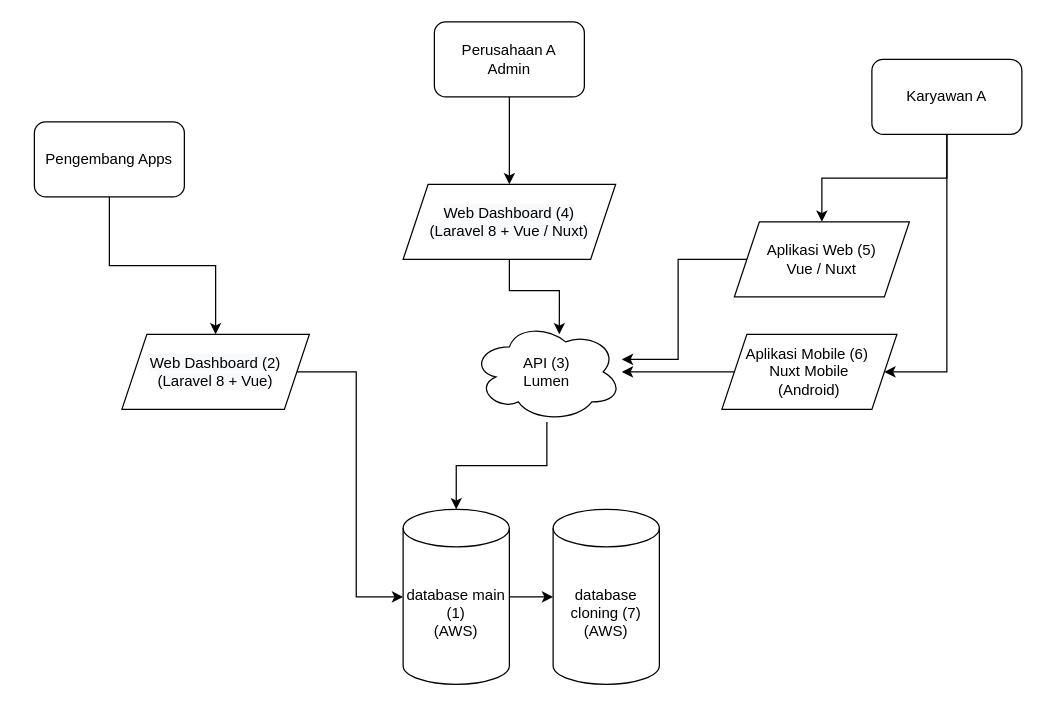
taufik22/LARAVEL-AIRPUTIH keeps this draw.io diagram as page "Page-2" (2 of 3) of Transaksi Aplikasi Diagram.drawio. Above is the earlier version. Source tidied: cells renumbered, new cells numbered last; positions are measured from the earlier drawing's top-left corner, leaving out a move shared by most shapes. Both pictures are drawn from the tidied source at 125%, with x=0, y=0 at pixel (34, 21).
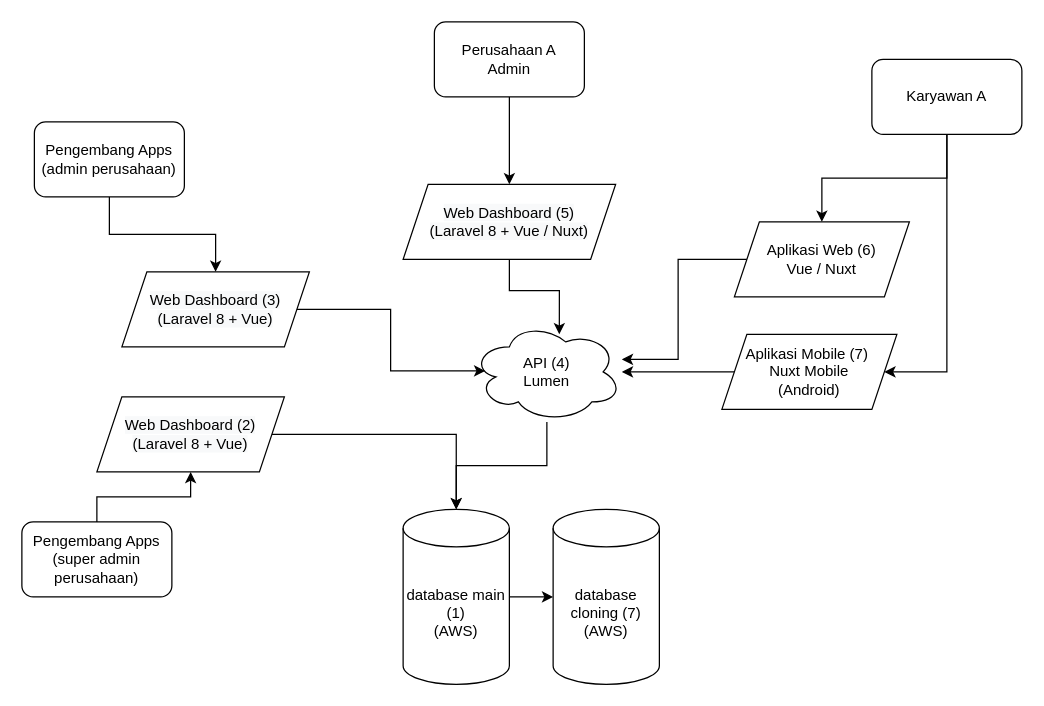
The same diagram, later.

Unchanged cells that the change refers to:
```xml
<mxCell id="8" value="database main (1)&lt;br&gt;(AWS)" style="shape=cylinder3;whiteSpace=wrap;html=1;boundedLbl=1;backgroundOutline=1;size=15;" parent="1" vertex="1">
  <mxGeometry x="295" y="390" width="85" height="140" as="geometry" />
</mxCell>
```

The edit, as a diff of the source:
```diff
@@
-    <mxCell id="3" value="Pengembang Apps" style="rounded=1;whiteSpace=wrap;html=1;" parent="1" vertex="1">
+    <mxCell id="3" value="Pengembang Apps&lt;br&gt;(admin perusahaan)" style="rounded=1;whiteSpace=wrap;html=1;" parent="1" vertex="1">
       <mxGeometry y="80" width="120" height="60" as="geometry" />
     </mxCell>
@@
-    <mxCell id="10" value="API (3)&lt;br&gt;Lumen" style="ellipse;shape=cloud;whiteSpace=wrap;html=1;" parent="1" vertex="1">
+    <mxCell id="10" value="API (4)&lt;br&gt;Lumen" style="ellipse;shape=cloud;whiteSpace=wrap;html=1;" parent="1" vertex="1">
       <mxGeometry x="350" y="240" width="120" height="80" as="geometry" />
     </mxCell>
@@
-    <mxCell id="12" style="edgeStyle=orthogonalEdgeStyle;rounded=0;jettySize=auto;html=1;entryX=0;entryY=0.5;entryDx=0;entryDy=0;entryPerimeter=0;" parent="1" edge="1" source="13" target="8">
+    <mxCell id="12" style="edgeStyle=orthogonalEdgeStyle;rounded=0;jettySize=auto;html=1;entryX=0.089;entryY=0.49;entryDx=0;entryDy=0;entryPerimeter=0;" parent="1" edge="1" source="13" target="10">
       <mxGeometry relative="1" as="geometry" />
     </mxCell>
-    <mxCell id="13" value="&lt;span style=&quot;color: rgb(0 , 0 , 0) ; font-family: &amp;#34;helvetica&amp;#34; ; font-size: 12px ; font-style: normal ; font-weight: 400 ; letter-spacing: normal ; text-align: center ; text-indent: 0px ; text-transform: none ; word-spacing: 0px ; background-color: rgb(248 , 249 , 250) ; display: inline ; float: none&quot;&gt;Web Dashboard (2)&lt;br&gt;(Laravel 8 + Vue)&lt;br&gt;&lt;/span&gt;" style="shape=parallelogram;perimeter=parallelogramPerimeter;whiteSpace=wrap;html=1;fixedSize=1;" parent="1" vertex="1">
-      <mxGeometry x="70" y="250" width="150" height="60" as="geometry" />
+    <mxCell id="13" value="&lt;span style=&quot;color: rgb(0 , 0 , 0) ; font-family: &amp;#34;helvetica&amp;#34; ; font-size: 12px ; font-style: normal ; font-weight: 400 ; letter-spacing: normal ; text-align: center ; text-indent: 0px ; text-transform: none ; word-spacing: 0px ; background-color: rgb(248 , 249 , 250) ; display: inline ; float: none&quot;&gt;Web Dashboard (3)&lt;br&gt;(Laravel 8 + Vue)&lt;br&gt;&lt;/span&gt;" style="shape=parallelogram;perimeter=parallelogramPerimeter;whiteSpace=wrap;html=1;fixedSize=1;" parent="1" vertex="1">
+      <mxGeometry x="70" y="200" width="150" height="60" as="geometry" />
     </mxCell>
@@
-    <mxCell id="15" value="Aplikasi Mobile (6)&amp;nbsp;&lt;br&gt;Nuxt Mobile &lt;br&gt;(Android)" style="shape=parallelogram;perimeter=parallelogramPerimeter;whiteSpace=wrap;html=1;fixedSize=1;" parent="1" vertex="1">
+    <mxCell id="15" value="Aplikasi Mobile (7)&amp;nbsp;&lt;br&gt;Nuxt Mobile &lt;br&gt;(Android)" style="shape=parallelogram;perimeter=parallelogramPerimeter;whiteSpace=wrap;html=1;fixedSize=1;" parent="1" vertex="1">
       <mxGeometry x="550" y="250" width="140" height="60" as="geometry" />
     </mxCell>
@@
-    <mxCell id="19" value="&lt;span style=&quot;color: rgb(0 , 0 , 0) ; font-family: &amp;#34;helvetica&amp;#34; ; font-size: 12px ; font-style: normal ; font-weight: 400 ; letter-spacing: normal ; text-align: center ; text-indent: 0px ; text-transform: none ; word-spacing: 0px ; background-color: rgb(248 , 249 , 250) ; display: inline ; float: none&quot;&gt;Web Dashboard (4)&lt;br&gt;(Laravel 8 + Vue / Nuxt)&lt;br&gt;&lt;/span&gt;" style="shape=parallelogram;perimeter=parallelogramPerimeter;whiteSpace=wrap;html=1;fixedSize=1;" parent="1" vertex="1">
+    <mxCell id="19" value="&lt;span style=&quot;color: rgb(0 , 0 , 0) ; font-family: &amp;#34;helvetica&amp;#34; ; font-size: 12px ; font-style: normal ; font-weight: 400 ; letter-spacing: normal ; text-align: center ; text-indent: 0px ; text-transform: none ; word-spacing: 0px ; background-color: rgb(248 , 249 , 250) ; display: inline ; float: none&quot;&gt;Web Dashboard (5)&lt;br&gt;(Laravel 8 + Vue / Nuxt)&lt;br&gt;&lt;/span&gt;" style="shape=parallelogram;perimeter=parallelogramPerimeter;whiteSpace=wrap;html=1;fixedSize=1;" parent="1" vertex="1">
       <mxGeometry x="295" y="130" width="170" height="60" as="geometry" />
     </mxCell>
@@
-    <mxCell id="21" value="Aplikasi Web (5)&lt;br&gt;Vue / Nuxt" style="shape=parallelogram;perimeter=parallelogramPerimeter;whiteSpace=wrap;html=1;fixedSize=1;" parent="1" vertex="1">
+    <mxCell id="21" value="Aplikasi Web (6)&lt;br&gt;Vue / Nuxt" style="shape=parallelogram;perimeter=parallelogramPerimeter;whiteSpace=wrap;html=1;fixedSize=1;" parent="1" vertex="1">
       <mxGeometry x="560" y="160" width="140" height="60" as="geometry" />
     </mxCell>
+    <mxCell id="22" style="edgeStyle=orthogonalEdgeStyle;rounded=0;jettySize=auto;html=1;entryX=0.5;entryY=1;entryDx=0;entryDy=0;" parent="1" edge="1" source="23" target="25">
+      <mxGeometry relative="1" as="geometry" />
+    </mxCell>
+    <mxCell id="23" value="Pengembang Apps&lt;br&gt;(super admin perusahaan)" style="rounded=1;whiteSpace=wrap;html=1;" parent="1" vertex="1">
+      <mxGeometry x="-10" y="400" width="120" height="60" as="geometry" />
+    </mxCell>
+    <mxCell id="24" style="edgeStyle=orthogonalEdgeStyle;rounded=0;jettySize=auto;html=1;" parent="1" edge="1" source="25" target="8">
+      <mxGeometry relative="1" as="geometry" />
+    </mxCell>
+    <mxCell id="25" value="&lt;span style=&quot;color: rgb(0 , 0 , 0) ; font-family: &amp;#34;helvetica&amp;#34; ; font-size: 12px ; font-style: normal ; font-weight: 400 ; letter-spacing: normal ; text-align: center ; text-indent: 0px ; text-transform: none ; word-spacing: 0px ; background-color: rgb(248 , 249 , 250) ; display: inline ; float: none&quot;&gt;Web Dashboard (2)&lt;br&gt;(Laravel 8 + Vue)&lt;br&gt;&lt;/span&gt;" style="shape=parallelogram;perimeter=parallelogramPerimeter;whiteSpace=wrap;html=1;fixedSize=1;" parent="1" vertex="1">
+      <mxGeometry x="50" y="300" width="150" height="60" as="geometry" />
+    </mxCell>
```
